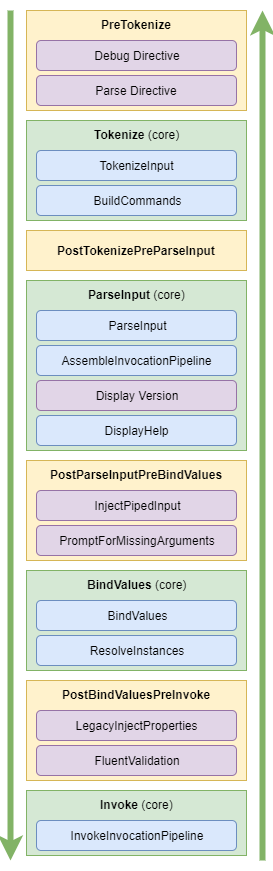
bilal-fazlani/commanddotnet keeps this draw.io diagram as docs/diagrams/MiddlewarePipeline.png. Above is the earlier version. Source tidied: cells renumbered, new cells last; positions are measured from the earlier drawing's top-left corner, leaving out a move shared by most shapes.
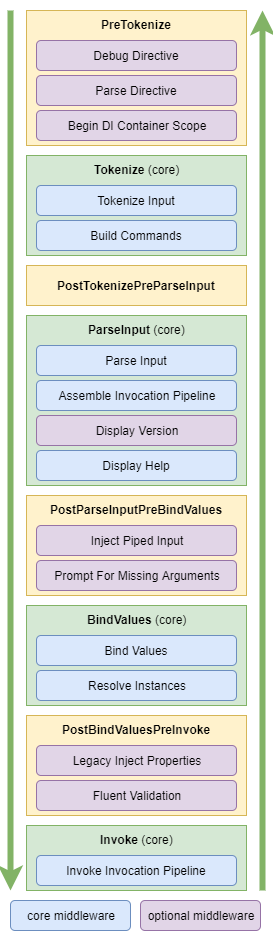
The same diagram one commit later.

Commit message:
update middleware pipeline diagram

What changed in the source:
```diff
@@ -2,49 +2,28 @@
   <root>
     <mxCell id="0" />
     <mxCell id="1" parent="0" />
-    <mxCell id="2" value="PostParseInputPreBindValues" style="rounded=0;html=1;fillColor=#fff2cc;strokeColor=#d6b656;labelPosition=center;verticalLabelPosition=middle;align=center;verticalAlign=top;textDirection=ltr;fontStyle=1;" parent="1" vertex="1">
-      <mxGeometry x="16" y="450" width="220" height="100" as="geometry" />
-    </mxCell>
-    <mxCell id="3" value="InjectPipedInput" style="rounded=1;whiteSpace=wrap;html=1;fillColor=#e1d5e7;strokeColor=#9673a6;" parent="1" vertex="1">
-      <mxGeometry x="26" y="480" width="200" height="30" as="geometry" />
-    </mxCell>
-    <mxCell id="4" value="&lt;b&gt;Tokenize &lt;/b&gt;(core)" style="rounded=0;html=1;fillColor=#d5e8d4;strokeColor=#82b366;labelPosition=center;verticalLabelPosition=middle;align=center;verticalAlign=top;textDirection=ltr;" parent="1" vertex="1">
-      <mxGeometry x="16" y="110" width="220" height="100" as="geometry" />
-    </mxCell>
     <mxCell id="5" value="&lt;b&gt;PostTokenizePreParseInput&lt;/b&gt;" style="rounded=0;html=1;fillColor=#fff2cc;strokeColor=#d6b656;labelPosition=center;verticalLabelPosition=middle;align=center;verticalAlign=middle;textDirection=ltr;" parent="1" vertex="1">
       <mxGeometry x="16" y="220" width="220" height="40" as="geometry" />
     </mxCell>
     <mxCell id="6" style="endArrow=classic;html=1;fontSize=14;strokeWidth=6;fillColor=#d5e8d4;strokeColor=#82b366;" parent="1" edge="1">
       <mxGeometry relative="1" as="geometry">
-        <mxPoint as="sourcePoint" />
-        <mxPoint y="850" as="targetPoint" />
+        <mxPoint y="-35" as="sourcePoint" />
+        <mxPoint y="845" as="targetPoint" />
       </mxGeometry>
     </mxCell>
     <mxCell id="7" style="endArrow=classic;html=1;fontSize=14;strokeWidth=6;fillColor=#d5e8d4;strokeColor=#82b366;" parent="1" edge="1">
       <mxGeometry relative="1" as="geometry">
-        <mxPoint x="252" y="850" as="sourcePoint" />
-        <mxPoint x="252" as="targetPoint" />
+        <mxPoint x="252" y="845" as="sourcePoint" />
+        <mxPoint x="252" y="-35" as="targetPoint" />
       </mxGeometry>
     </mxCell>
-    <mxCell id="8" style="group;" parent="1" vertex="1">
-      <mxGeometry x="16" width="220" height="100" as="geometry" />
-    </mxCell>
-    <mxCell id="9" value="&lt;b&gt;PreTokenize&lt;/b&gt;" style="rounded=0;html=1;fillColor=#fff2cc;strokeColor=#d6b656;labelPosition=center;verticalLabelPosition=middle;align=center;verticalAlign=top;textDirection=ltr;" parent="8" vertex="1">
-      <mxGeometry width="220" height="100" as="geometry" />
-    </mxCell>
-    <mxCell id="10" value="Parse Directive" style="rounded=1;whiteSpace=wrap;html=1;fillColor=#e1d5e7;strokeColor=#9673a6;" parent="8" vertex="1">
-      <mxGeometry x="10" y="65" width="200" height="30" as="geometry" />
-    </mxCell>
-    <mxCell id="11" value="Debug Directive" style="rounded=1;whiteSpace=wrap;html=1;fillColor=#e1d5e7;strokeColor=#9673a6;" parent="8" vertex="1">
-      <mxGeometry x="10" y="30" width="200" height="30" as="geometry" />
-    </mxCell>
     <mxCell id="12" style="group;" parent="1" vertex="1">
       <mxGeometry x="16" y="780" width="220" height="65" as="geometry" />
     </mxCell>
     <mxCell id="13" value="Invoke&lt;b&gt;&amp;nbsp;&lt;/b&gt;&lt;span style=&quot;font-weight: 400&quot;&gt;(core)&lt;/span&gt;" style="rounded=0;html=1;fillColor=#d5e8d4;strokeColor=#82b366;labelPosition=center;verticalLabelPosition=middle;align=center;verticalAlign=top;textDirection=ltr;fontStyle=1;" parent="12" vertex="1">
       <mxGeometry width="220" height="65" as="geometry" />
     </mxCell>
-    <mxCell id="14" value="InvokeInvocationPipeline" style="rounded=1;whiteSpace=wrap;html=1;fillColor=#dae8fc;strokeColor=#6c8ebf;" parent="12" vertex="1">
+    <mxCell id="14" value="Invoke Invocation Pipeline" style="rounded=1;whiteSpace=wrap;html=1;fillColor=#dae8fc;strokeColor=#6c8ebf;" parent="12" vertex="1">
       <mxGeometry x="10" y="30" width="200" height="30" as="geometry" />
     </mxCell>
     <mxCell id="15" style="group;" parent="1" vertex="1">
@@ -53,21 +32,12 @@
     <mxCell id="16" value="PostBindValuesPreInvoke" style="rounded=0;html=1;fillColor=#fff2cc;strokeColor=#d6b656;labelPosition=center;verticalLabelPosition=middle;align=center;verticalAlign=top;textDirection=ltr;fontStyle=1;" parent="15" vertex="1">
       <mxGeometry width="220" height="100" as="geometry" />
     </mxCell>
-    <mxCell id="17" value="LegacyInjectProperties" style="rounded=1;whiteSpace=wrap;html=1;fillColor=#e1d5e7;strokeColor=#9673a6;" parent="15" vertex="1">
+    <mxCell id="17" value="Legacy Inject Properties" style="rounded=1;whiteSpace=wrap;html=1;fillColor=#e1d5e7;strokeColor=#9673a6;" parent="15" vertex="1">
       <mxGeometry x="10" y="30" width="200" height="30" as="geometry" />
     </mxCell>
-    <mxCell id="18" value="FluentValidation" style="rounded=1;whiteSpace=wrap;html=1;fillColor=#e1d5e7;strokeColor=#9673a6;" parent="15" vertex="1">
+    <mxCell id="18" value="Fluent Validation" style="rounded=1;whiteSpace=wrap;html=1;fillColor=#e1d5e7;strokeColor=#9673a6;" parent="15" vertex="1">
       <mxGeometry x="10" y="65" width="200" height="30" as="geometry" />
     </mxCell>
-    <mxCell id="19" value="&lt;b&gt;ParseInput&lt;/b&gt;&lt;b&gt;&amp;nbsp;&lt;/b&gt;(core)&lt;b&gt;&lt;br&gt;&lt;span style=&quot;font-family: &amp;#34;helvetica&amp;#34; , &amp;#34;arial&amp;#34; , sans-serif ; font-size: 0px&quot;&gt;%3CmxGraphModel%3E%3Croot%3E%3CmxCell%20id%3D%220%22%2F%3E%3CmxCell%20id%3D%221%22%20parent%3D%220%22%2F%3E%3CmxCell%20id%3D%222%22%20value%3D%22PostBuild%26lt%3Bbr%26gt%3BPreParseInput%22%20style%3D%22rounded%3D0%3Bhtml%3D1%3BfillColor%3D%23fff2cc%3BstrokeColor%3D%23d6b656%3BlabelPosition%3Dleft%3BverticalLabelPosition%3Dmiddle%3Balign%3Dright%3BverticalAlign%3Dmiddle%3BtextDirection%3Dltr%3B%22%20vertex%3D%221%22%20parent%3D%221%22%3E%3CmxGeometry%20x%3D%22425%22%20y%3D%22561.8181762695312%22%20width%3D%22255%22%20height%3D%2270%22%20as%3D%22geometry%22%2F%3E%3C%2FmxCell%3E%3C%2Froot%3E%3C%2FmxGraphModel%3E&lt;/span&gt;&lt;/b&gt;" style="rounded=0;html=1;fillColor=#d5e8d4;strokeColor=#82b366;labelPosition=center;verticalLabelPosition=middle;align=center;verticalAlign=top;textDirection=ltr;" parent="1" vertex="1">
-      <mxGeometry x="16" y="270" width="220" height="170" as="geometry" />
-    </mxCell>
-    <mxCell id="20" value="ParseInput" style="rounded=1;whiteSpace=wrap;html=1;fillColor=#dae8fc;strokeColor=#6c8ebf;" parent="1" vertex="1">
-      <mxGeometry x="26" y="300" width="200" height="30" as="geometry" />
-    </mxCell>
-    <mxCell id="21" value="AssembleInvocationPipeline" style="rounded=1;whiteSpace=wrap;html=1;fillColor=#dae8fc;strokeColor=#6c8ebf;" parent="1" vertex="1">
-      <mxGeometry x="26" y="335" width="200" height="30" as="geometry" />
-    </mxCell>
     <mxCell id="22" style="group;" parent="1" vertex="1">
       <mxGeometry x="16" y="560" width="220" height="100" as="geometry" />
     </mxCell>
@@ -77,26 +47,74 @@
     <mxCell id="24" value="BindValues&lt;b&gt;&amp;nbsp;&lt;/b&gt;&lt;span style=&quot;font-weight: 400&quot;&gt;(core)&lt;/span&gt;" style="rounded=0;html=1;fillColor=#d5e8d4;strokeColor=#82b366;labelPosition=center;verticalLabelPosition=middle;align=center;verticalAlign=top;textDirection=ltr;fontStyle=1;" parent="23" vertex="1">
       <mxGeometry width="220" height="100" as="geometry" />
     </mxCell>
-    <mxCell id="25" value="BindValues" style="rounded=1;whiteSpace=wrap;html=1;fillColor=#dae8fc;strokeColor=#6c8ebf;" parent="23" vertex="1">
+    <mxCell id="25" value="Bind Values" style="rounded=1;whiteSpace=wrap;html=1;fillColor=#dae8fc;strokeColor=#6c8ebf;" parent="23" vertex="1">
       <mxGeometry x="10" y="30" width="200" height="30" as="geometry" />
     </mxCell>
-    <mxCell id="26" value="ResolveInstances" style="rounded=1;whiteSpace=wrap;html=1;fillColor=#dae8fc;strokeColor=#6c8ebf;" parent="23" vertex="1">
+    <mxCell id="26" value="Resolve Instances" style="rounded=1;whiteSpace=wrap;html=1;fillColor=#dae8fc;strokeColor=#6c8ebf;" parent="23" vertex="1">
       <mxGeometry x="10" y="65" width="200" height="30" as="geometry" />
     </mxCell>
-    <mxCell id="27" value="PromptForMissingArguments" style="rounded=1;whiteSpace=wrap;html=1;fillColor=#e1d5e7;strokeColor=#9673a6;" parent="1" vertex="1">
-      <mxGeometry x="26" y="515" width="200" height="30" as="geometry" />
-    </mxCell>
+    <mxCell id="32" value="core middleware" style="rounded=1;whiteSpace=wrap;html=1;fillColor=#dae8fc;strokeColor=#6c8ebf;" parent="1" vertex="1">
+      <mxGeometry y="855" width="120" height="30" as="geometry" />
+    </mxCell>
+    <mxCell id="33" value="optional middleware" style="rounded=1;whiteSpace=wrap;html=1;fillColor=#e1d5e7;strokeColor=#9673a6;" parent="1" vertex="1">
+      <mxGeometry x="130" y="855" width="120" height="30" as="geometry" />
+    </mxCell>
+    <mxCell id="34" style="group;" parent="1" vertex="1">
+      <mxGeometry x="16" y="-35" width="220" height="135" as="geometry" />
+    </mxCell>
+    <mxCell id="9" value="&lt;b&gt;PreTokenize&lt;/b&gt;" style="rounded=0;html=1;fillColor=#fff2cc;strokeColor=#d6b656;labelPosition=center;verticalLabelPosition=middle;align=center;verticalAlign=top;textDirection=ltr;" parent="34" vertex="1">
+      <mxGeometry width="220" height="135" as="geometry" />
+    </mxCell>
+    <mxCell id="10" value="Parse Directive" style="rounded=1;whiteSpace=wrap;html=1;fillColor=#e1d5e7;strokeColor=#9673a6;" parent="34" vertex="1">
+      <mxGeometry x="10" y="65" width="200" height="30" as="geometry" />
+    </mxCell>
+    <mxCell id="11" value="Debug Directive" style="rounded=1;whiteSpace=wrap;html=1;fillColor=#e1d5e7;strokeColor=#9673a6;" parent="34" vertex="1">
+      <mxGeometry x="10" y="30" width="200" height="30" as="geometry" />
+    </mxCell>
+    <mxCell id="35" value="Begin DI Container Scope" style="rounded=1;whiteSpace=wrap;html=1;fillColor=#e1d5e7;strokeColor=#9673a6;" parent="34" vertex="1">
+      <mxGeometry x="10" y="100" width="200" height="30" as="geometry" />
+    </mxCell>
+    <mxCell id="36" style="group;" parent="1" vertex="1">
+      <mxGeometry x="16" y="110" width="220" height="100" as="geometry" />
+    </mxCell>
+    <mxCell id="4" value="&lt;b&gt;Tokenize &lt;/b&gt;(core)" style="rounded=0;html=1;fillColor=#d5e8d4;strokeColor=#82b366;labelPosition=center;verticalLabelPosition=middle;align=center;verticalAlign=top;textDirection=ltr;" parent="36" vertex="1">
+      <mxGeometry width="220" height="100" as="geometry" />
+    </mxCell>
+    <mxCell id="30" value="Build Commands" style="rounded=1;whiteSpace=wrap;html=1;fillColor=#dae8fc;strokeColor=#6c8ebf;" parent="36" vertex="1">
+      <mxGeometry x="10" y="65" width="200" height="30" as="geometry" />
+    </mxCell>
+    <mxCell id="31" value="Tokenize Input" style="rounded=1;whiteSpace=wrap;html=1;fillColor=#dae8fc;strokeColor=#6c8ebf;" parent="36" vertex="1">
+      <mxGeometry x="10" y="30" width="200" height="30" as="geometry" />
+    </mxCell>
+    <mxCell id="37" style="group;" parent="1" vertex="1">
+      <mxGeometry x="16" y="270" width="220" height="170" as="geometry" />
+    </mxCell>
+    <mxCell id="19" value="&lt;b&gt;ParseInput&lt;/b&gt;&lt;b&gt;&amp;nbsp;&lt;/b&gt;(core)&lt;b&gt;&lt;br&gt;&lt;span style=&quot;font-family: &amp;#34;helvetica&amp;#34; , &amp;#34;arial&amp;#34; , sans-serif ; font-size: 0px&quot;&gt;%3CmxGraphModel%3E%3Croot%3E%3CmxCell%20id%3D%220%22%2F%3E%3CmxCell%20id%3D%221%22%20parent%3D%220%22%2F%3E%3CmxCell%20id%3D%222%22%20value%3D%22PostBuild%26lt%3Bbr%26gt%3BPreParseInput%22%20style%3D%22rounded%3D0%3Bhtml%3D1%3BfillColor%3D%23fff2cc%3BstrokeColor%3D%23d6b656%3BlabelPosition%3Dleft%3BverticalLabelPosition%3Dmiddle%3Balign%3Dright%3BverticalAlign%3Dmiddle%3BtextDirection%3Dltr%3B%22%20vertex%3D%221%22%20parent%3D%221%22%3E%3CmxGeometry%20x%3D%22425%22%20y%3D%22561.8181762695312%22%20width%3D%22255%22%20height%3D%2270%22%20as%3D%22geometry%22%2F%3E%3C%2FmxCell%3E%3C%2Froot%3E%3C%2FmxGraphModel%3E&lt;/span&gt;&lt;/b&gt;" style="rounded=0;html=1;fillColor=#d5e8d4;strokeColor=#82b366;labelPosition=center;verticalLabelPosition=middle;align=center;verticalAlign=top;textDirection=ltr;" parent="37" vertex="1">
+      <mxGeometry width="220" height="170" as="geometry" />
+    </mxCell>
+    <mxCell id="20" value="Parse Input" style="rounded=1;whiteSpace=wrap;html=1;fillColor=#dae8fc;strokeColor=#6c8ebf;" parent="37" vertex="1">
+      <mxGeometry x="10" y="30" width="200" height="30" as="geometry" />
+    </mxCell>
+    <mxCell id="21" value="Assemble Invocation Pipeline" style="rounded=1;whiteSpace=wrap;html=1;fillColor=#dae8fc;strokeColor=#6c8ebf;" parent="37" vertex="1">
+      <mxGeometry x="10" y="65" width="200" height="30" as="geometry" />
+    </mxCell>
-    <mxCell id="28" value="Display Version" style="rounded=1;whiteSpace=wrap;html=1;fillColor=#e1d5e7;strokeColor=#9673a6;" parent="1" vertex="1">
-      <mxGeometry x="26" y="370" width="200" height="30" as="geometry" />
+    <mxCell id="28" value="Display Version" style="rounded=1;whiteSpace=wrap;html=1;fillColor=#e1d5e7;strokeColor=#9673a6;" parent="37" vertex="1">
+      <mxGeometry x="10" y="100" width="200" height="30" as="geometry" />
     </mxCell>
-    <mxCell id="29" value="DisplayHelp" style="rounded=1;whiteSpace=wrap;html=1;fillColor=#dae8fc;strokeColor=#6c8ebf;" parent="1" vertex="1">
-      <mxGeometry x="26" y="405" width="200" height="30" as="geometry" />
+    <mxCell id="29" value="Display Help" style="rounded=1;whiteSpace=wrap;html=1;fillColor=#dae8fc;strokeColor=#6c8ebf;" parent="37" vertex="1">
+      <mxGeometry x="10" y="135" width="200" height="30" as="geometry" />
     </mxCell>
-    <mxCell id="30" value="BuildCommands" style="rounded=1;whiteSpace=wrap;html=1;fillColor=#dae8fc;strokeColor=#6c8ebf;" parent="1" vertex="1">
-      <mxGeometry x="26" y="175" width="200" height="30" as="geometry" />
-    </mxCell>
-    <mxCell id="31" value="TokenizeInput" style="rounded=1;whiteSpace=wrap;html=1;fillColor=#dae8fc;strokeColor=#6c8ebf;" parent="1" vertex="1">
-      <mxGeometry x="26" y="140" width="200" height="30" as="geometry" />
-    </mxCell>
+    <mxCell id="38" style="group;" parent="1" vertex="1">
+      <mxGeometry x="16" y="450" width="220" height="100" as="geometry" />
+    </mxCell>
+    <mxCell id="2" value="PostParseInputPreBindValues" style="rounded=0;html=1;fillColor=#fff2cc;strokeColor=#d6b656;labelPosition=center;verticalLabelPosition=middle;align=center;verticalAlign=top;textDirection=ltr;fontStyle=1;" parent="38" vertex="1">
+      <mxGeometry width="220" height="100" as="geometry" />
+    </mxCell>
+    <mxCell id="3" value="Inject Piped Input" style="rounded=1;whiteSpace=wrap;html=1;fillColor=#e1d5e7;strokeColor=#9673a6;" parent="38" vertex="1">
+      <mxGeometry x="10" y="30" width="200" height="30" as="geometry" />
+    </mxCell>
+    <mxCell id="27" value="Prompt For Missing Arguments" style="rounded=1;whiteSpace=wrap;html=1;fillColor=#e1d5e7;strokeColor=#9673a6;" parent="38" vertex="1">
+      <mxGeometry x="10" y="65" width="200" height="30" as="geometry" />
+    </mxCell>
   </root>
 </mxGraphModel>
```
